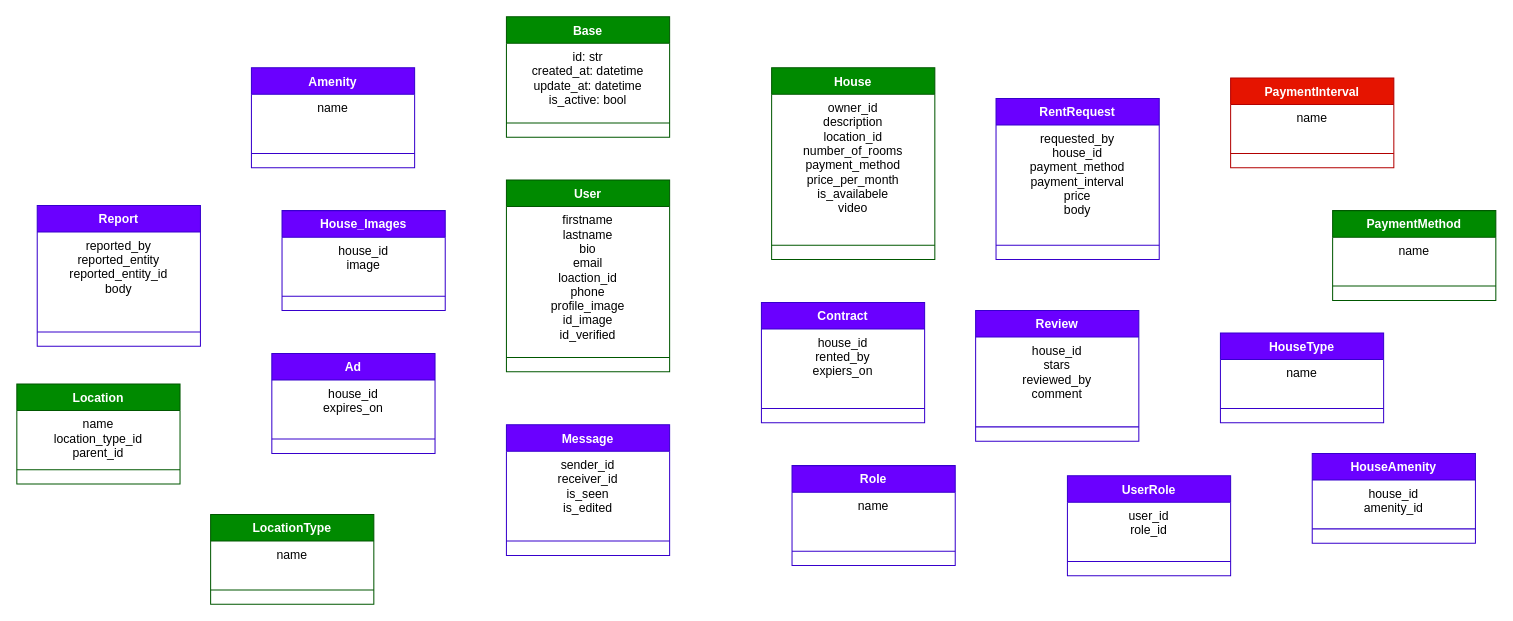
This is RentBridge/rentbridge-db.dio from MicrQ/100DaysOfDjango, a draw.io file, before an edit. Source tidied: cells renumbered, new cells numbered last; positions are measured from the earlier drawing's top-left corner, leaving out a move shared by most shapes. Both pictures are drawn from the tidied source at 102%, with x=0, y=0 at pixel (16, 16).
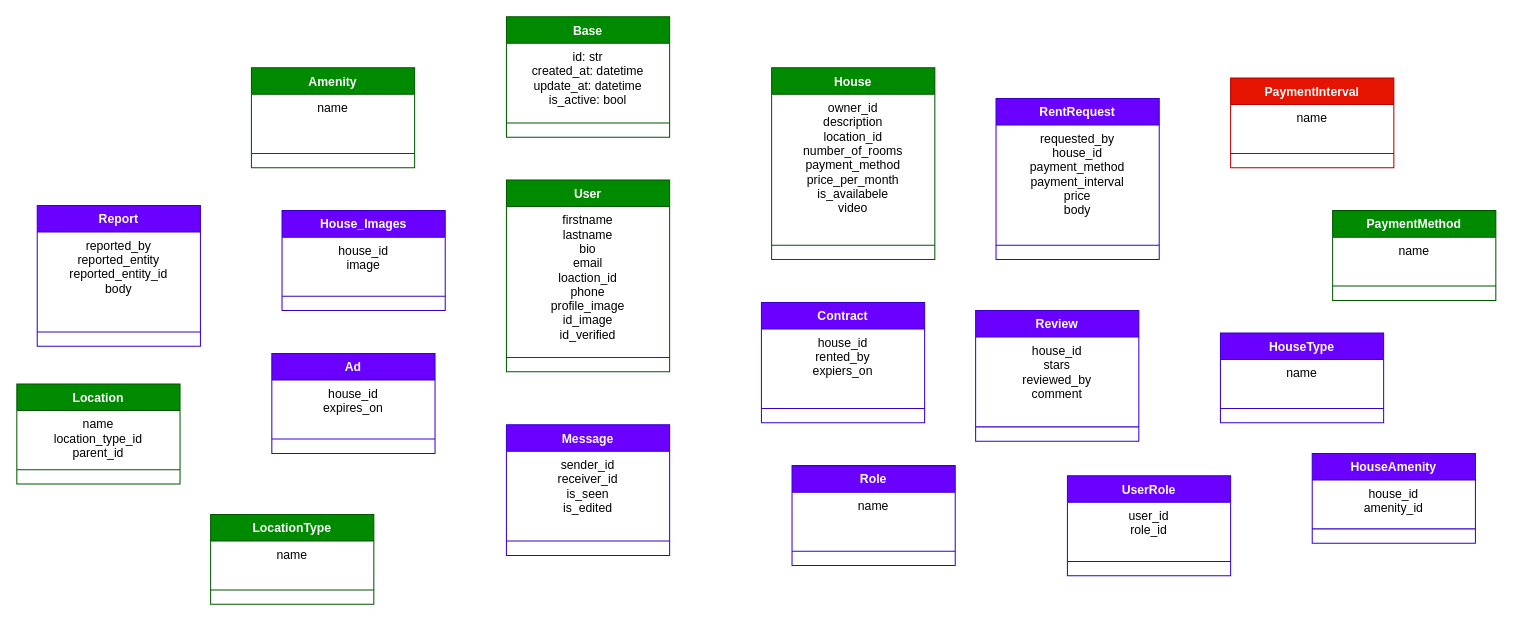
The same diagram, later.

Commit message (it also covers changes not shown here):
wrote tests for the amenity model. database design updated

Diff of the diagram source:
```diff
@@
-    <mxCell id="11" value="Amenity" style="swimlane;fontStyle=1;align=center;verticalAlign=top;horizontal=1;startSize=26;fillColor=#6a00ff;fontColor=#ffffff;strokeColor=#3700CC;" parent="1" vertex="1">
+    <mxCell id="11" value="Amenity" style="swimlane;fontStyle=1;align=center;verticalAlign=top;horizontal=1;startSize=26;fillColor=#008a00;fontColor=#ffffff;strokeColor=#005700;" parent="1" vertex="1">
       <mxGeometry x="230" y="50" width="160" height="98" as="geometry" />
     </mxCell>
```
